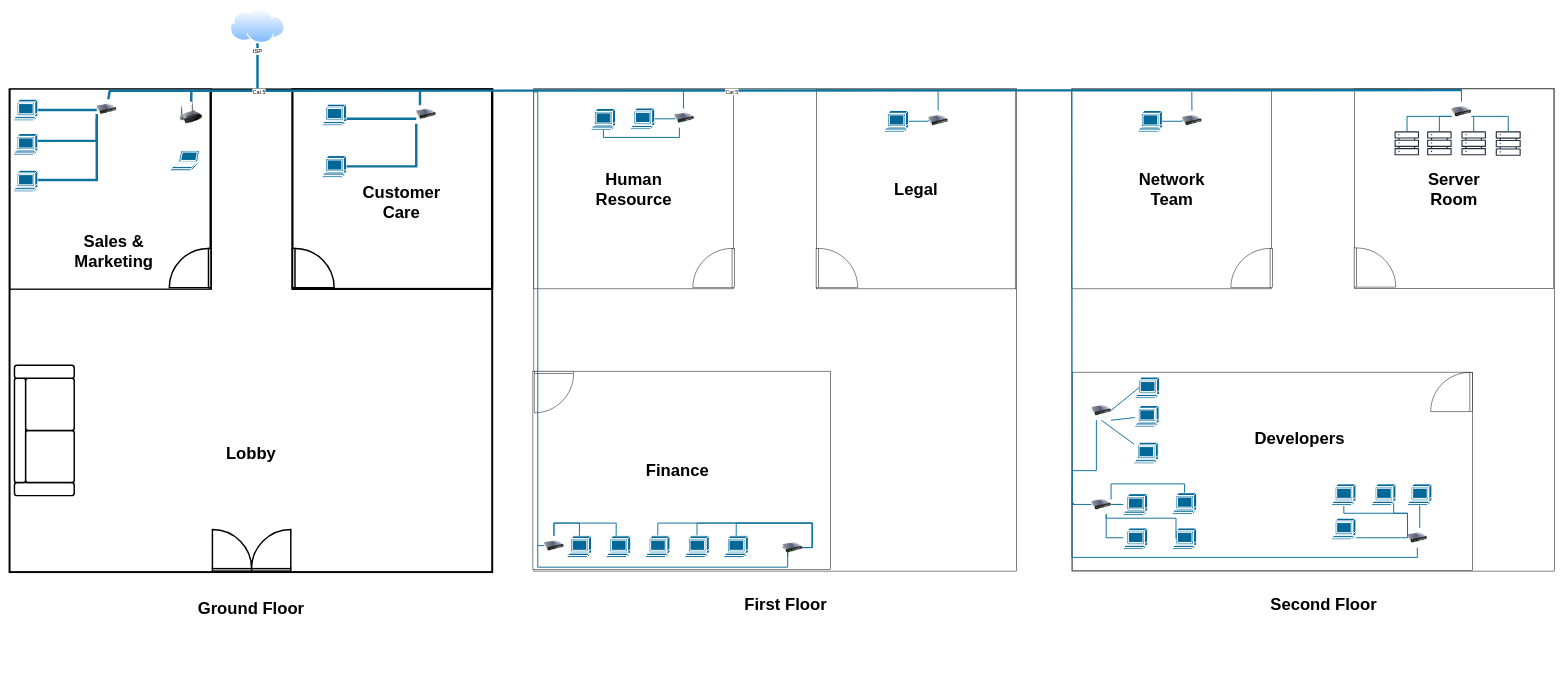
The draw.io diagram floorplan.drawio in mashihimasha/UPW_Diagrams, before the edit. Source tidied: cells renumbered, new cells numbered last; positions are measured from the earlier drawing's top-left corner, leaving out a move shared by most shapes. Both pictures are drawn from the tidied source at 49%, with x=0, y=0 at pixel (-21, 8).
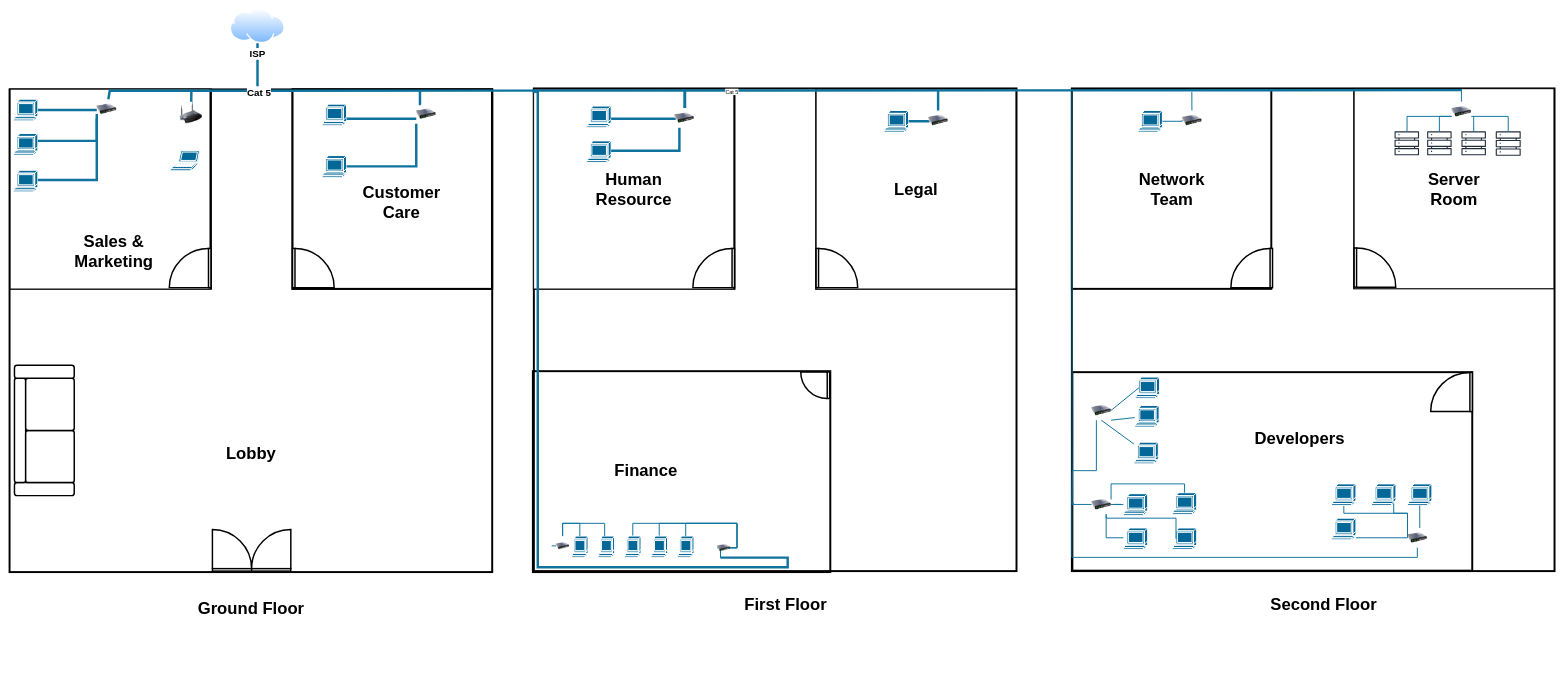
After the change.

Unchanged cells that the change refers to:
```xml
<mxCell id="35" style="whiteSpace=wrap;html=1;" parent="34" vertex="1">
  <mxGeometry x="0.5" width="407" height="407" as="geometry" />
</mxCell>
<mxCell id="38" style="shape=mxgraph.cisco.computers_and_peripherals.terminal;html=1;dashed=0;fillColor=#036897;strokeColor=#ffffff;strokeWidth=2;verticalLabelPosition=bottom;verticalAlign=top;align=center;outlineConnect=0;" parent="34" vertex="1">
  <mxGeometry x="139" y="43" width="49.7" height="44" as="geometry" />
</mxCell>
<mxCell id="41" style="image;html=1;image=img/lib/clip_art/networking/Switch_128x128.png;" parent="34" vertex="1">
  <mxGeometry x="229" y="43" width="40" height="40" as="geometry" />
</mxCell>
<mxCell id="43" style="whiteSpace=wrap;html=1;" parent="42" vertex="1">
  <mxGeometry width="407" height="407" as="geometry" />
</mxCell>
<mxCell id="51" style="image;html=1;image=img/lib/clip_art/networking/Switch_128x128.png;" parent="42" vertex="1">
  <mxGeometry x="287" y="38" width="40" height="40" as="geometry" />
</mxCell>
<mxCell id="85" style="group;" parent="1" vertex="1">
  <mxGeometry x="2230" y="165" width="409.5" height="407" as="geometry" />
</mxCell>
<mxCell id="119" style="endArrow=none;html=1;rounded=0;fillColor=#b1ddf0;strokeColor=#10739e;strokeWidth=5;exitX=0.501;exitY=0.007;exitDx=0;exitDy=0;exitPerimeter=0;entryX=0.536;entryY=0.006;entryDx=0;entryDy=0;entryPerimeter=0;" parent="1" edge="1" source="13" target="72">
  <mxGeometry relative="1" as="geometry" />
</mxCell>
```

The edit, as a diff of the source:
```diff
@@
-    <mxCell id="32" style="whiteSpace=wrap;html=1;" parent="1" vertex="1">
+    <mxCell id="32" style="whiteSpace=wrap;html=1;strokeWidth=4;" parent="1" vertex="1">
       <mxGeometry x="1132" y="163" width="985" height="985" as="geometry" />
     </mxCell>
@@
-    <mxCell id="34" style="group;" parent="1" vertex="1">
+    <mxCell id="34" style="group;strokeColor=default;strokeWidth=4;" parent="1" vertex="1">
       <mxGeometry x="1708" y="165" width="407.5" height="407" as="geometry" />
     </mxCell>
@@
-    <mxCell id="36" style="verticalLabelPosition=bottom;html=1;verticalAlign=top;align=center;shape=mxgraph.floorplan.doorLeft;rotation=-90;" parent="34" vertex="1">
+    <mxCell id="36" style="verticalLabelPosition=bottom;html=1;verticalAlign=top;align=center;shape=mxgraph.floorplan.doorLeft;rotation=-90;strokeWidth=3;" parent="34" vertex="1">
       <mxGeometry x="2.5" y="322" width="80" height="85" as="geometry" />
     </mxCell>
@@
-    <mxCell id="39" style="edgeStyle=orthogonalEdgeStyle;rounded=0;jettySize=auto;html=1;exitX=0.5;exitY=0;exitDx=0;exitDy=0;endArrow=none;endFill=0;strokeWidth=2;fillColor=#b1ddf0;strokeColor=#10739e;" parent="34" edge="1" source="41" target="35">
+    <mxCell id="39" style="edgeStyle=orthogonalEdgeStyle;rounded=0;jettySize=auto;html=1;exitX=0.5;exitY=0;exitDx=0;exitDy=0;endArrow=none;endFill=0;strokeWidth=5;fillColor=#b1ddf0;strokeColor=#10739e;" parent="34" edge="1" source="41" target="35">
       <mxGeometry relative="1" as="geometry">
         <Array as="points">
           <mxPoint x="242" y="15" />
           <mxPoint x="242" y="15" />
         </Array>
       </mxGeometry>
     </mxCell>
-    <mxCell id="40" style="edgeStyle=orthogonalEdgeStyle;rounded=0;jettySize=auto;html=1;exitX=0;exitY=0.5;exitDx=0;exitDy=0;endArrow=none;endFill=0;strokeWidth=2;fillColor=#b1ddf0;strokeColor=#10739e;" parent="34" edge="1" source="41" target="38">
+    <mxCell id="40" style="edgeStyle=orthogonalEdgeStyle;rounded=0;jettySize=auto;html=1;exitX=0;exitY=0.5;exitDx=0;exitDy=0;endArrow=none;endFill=0;strokeWidth=5;fillColor=#b1ddf0;strokeColor=#10739e;" parent="34" edge="1" source="41" target="38">
       <mxGeometry relative="1" as="geometry">
         <Array as="points">
           <mxPoint x="229" y="65" />
         </Array>
       </mxGeometry>
     </mxCell>
@@
-    <mxCell id="42" style="group;" parent="1" vertex="1">
+    <mxCell id="42" style="group;strokeColor=default;strokeWidth=4;" parent="1" vertex="1">
       <mxGeometry x="1132" y="165" width="409.5" height="407" as="geometry" />
     </mxCell>
@@
-    <mxCell id="44" style="verticalLabelPosition=bottom;html=1;verticalAlign=top;align=center;shape=mxgraph.floorplan.doorRight;rotation=90;" parent="42" vertex="1">
+    <mxCell id="44" style="verticalLabelPosition=bottom;html=1;verticalAlign=top;align=center;shape=mxgraph.floorplan.doorRight;rotation=90;strokeWidth=3;" parent="42" vertex="1">
       <mxGeometry x="327" y="322" width="80" height="85" as="geometry" />
     </mxCell>
@@
     <mxCell id="46" style="shape=mxgraph.cisco.computers_and_peripherals.terminal;html=1;dashed=0;fillColor=#036897;strokeColor=#ffffff;strokeWidth=2;verticalLabelPosition=bottom;verticalAlign=top;align=center;outlineConnect=0;" parent="42" vertex="1">
-      <mxGeometry x="117" y="39" width="49.7" height="44" as="geometry" />
+      <mxGeometry x="108" y="105" width="49.7" height="44" as="geometry" />
     </mxCell>
     <mxCell id="47" style="shape=mxgraph.cisco.computers_and_peripherals.terminal;html=1;dashed=0;fillColor=#036897;strokeColor=#ffffff;strokeWidth=2;verticalLabelPosition=bottom;verticalAlign=top;align=center;outlineConnect=0;" parent="42" vertex="1">
-      <mxGeometry x="197" y="38" width="49.7" height="44" as="geometry" />
+      <mxGeometry x="108" y="34" width="49.7" height="44" as="geometry" />
     </mxCell>
-    <mxCell id="48" style="edgeStyle=orthogonalEdgeStyle;rounded=0;jettySize=auto;html=1;exitX=0.5;exitY=0;exitDx=0;exitDy=0;entryX=0.75;entryY=0;entryDx=0;entryDy=0;endArrow=none;endFill=0;strokeWidth=2;fillColor=#b1ddf0;strokeColor=#10739e;" parent="42" edge="1" source="51" target="43">
-      <mxGeometry relative="1" as="geometry" />
+    <mxCell id="48" style="edgeStyle=orthogonalEdgeStyle;rounded=0;jettySize=auto;html=1;endArrow=none;endFill=0;strokeWidth=6;fillColor=#b1ddf0;strokeColor=#10739e;" parent="42" edge="1" source="51">
+      <mxGeometry relative="1" as="geometry">
+        <mxPoint x="308" y="5" as="targetPoint" />
+        <Array as="points">
+          <mxPoint x="308" />
+        </Array>
+      </mxGeometry>
     </mxCell>
-    <mxCell id="49" style="edgeStyle=orthogonalEdgeStyle;rounded=0;jettySize=auto;html=1;exitX=0;exitY=0.5;exitDx=0;exitDy=0;endArrow=none;endFill=0;strokeWidth=2;fillColor=#b1ddf0;strokeColor=#10739e;" parent="42" edge="1" source="51" target="47">
+    <mxCell id="49" style="edgeStyle=orthogonalEdgeStyle;rounded=0;jettySize=auto;html=1;exitX=0;exitY=0.5;exitDx=0;exitDy=0;endArrow=none;endFill=0;strokeWidth=5;fillColor=#b1ddf0;strokeColor=#10739e;" parent="42" edge="1" source="51" target="47">
       <mxGeometry relative="1" as="geometry">
         <Array as="points">
           <mxPoint x="287" y="60" />
         </Array>
       </mxGeometry>
     </mxCell>
-    <mxCell id="50" style="edgeStyle=orthogonalEdgeStyle;rounded=0;jettySize=auto;html=1;exitX=0.25;exitY=1;exitDx=0;exitDy=0;endArrow=none;endFill=0;strokeWidth=2;fillColor=#b1ddf0;strokeColor=#10739e;" parent="42" edge="1" source="51" target="46">
+    <mxCell id="50" style="edgeStyle=orthogonalEdgeStyle;rounded=0;jettySize=auto;html=1;exitX=0.25;exitY=1;exitDx=0;exitDy=0;endArrow=none;endFill=0;strokeWidth=5;fillColor=#b1ddf0;strokeColor=#10739e;" parent="42" edge="1" source="51" target="46">
       <mxGeometry relative="1" as="geometry">
         <Array as="points">
-          <mxPoint x="297" y="98" />
-          <mxPoint x="142" y="98" />
+          <mxPoint x="297" y="125" />
         </Array>
       </mxGeometry>
     </mxCell>
@@
-    <mxCell id="52" style="group;rotation=90;" parent="1" vertex="1">
-      <mxGeometry x="1130" y="740" width="607" height="607" as="geometry" />
+    <mxCell id="52" style="group;rotation=90;strokeWidth=4;strokeColor=default;" parent="1" vertex="1">
+      <mxGeometry x="1228.5" y="641.5" width="410" height="607" as="geometry" />
     </mxCell>
-    <mxCell id="53" style="whiteSpace=wrap;html=1;rotation=90;" parent="52" vertex="1">
-      <mxGeometry x="101" y="-100.9" width="405.1" height="607" as="geometry" />
-    </mxCell>
-    <mxCell id="54" style="verticalLabelPosition=bottom;html=1;verticalAlign=top;align=center;shape=mxgraph.floorplan.doorLeft;rotation=0;" parent="52" vertex="1">
-      <mxGeometry x="3" width="80" height="85" as="geometry" />
+    <mxCell id="54" style="verticalLabelPosition=bottom;html=1;verticalAlign=top;align=center;shape=mxgraph.floorplan.doorLeft;rotation=90;strokeWidth=3;" parent="52" vertex="1">
+      <mxGeometry x="451.5" y="98.5" width="54" height="57.4" as="geometry" />
     </mxCell>
     <mxCell id="55" value="&lt;font style=&quot;font-size: 34px;&quot;&gt;&lt;b&gt;Finance&lt;/b&gt;&lt;/font&gt;" style="text;html=1;align=center;verticalAlign=middle;whiteSpace=wrap;rounded=0;" parent="52" vertex="1">
-      <mxGeometry x="230" y="187.6" width="130" height="30" as="geometry" />
+      <mxGeometry x="88.5" y="286.6" width="87.8" height="30" as="geometry" />
     </mxCell>
     <mxCell id="56" style="shape=mxgraph.cisco.computers_and_peripherals.terminal;html=1;dashed=0;fillColor=#036897;strokeColor=#ffffff;strokeWidth=2;verticalLabelPosition=bottom;verticalAlign=top;align=center;outlineConnect=0;" parent="52" vertex="1">
-      <mxGeometry x="390" y="336" width="49.7" height="44" as="geometry" />
+      <mxGeometry x="196.6" y="435" width="33.6" height="44" as="geometry" />
     </mxCell>
     <mxCell id="57" style="edgeStyle=orthogonalEdgeStyle;rounded=0;jettySize=auto;html=1;exitX=0.25;exitY=1;exitDx=0;exitDy=0;fillColor=#b1ddf0;strokeColor=#10739e;strokeWidth=2;endArrow=none;endFill=0;" parent="52" edge="1" source="60" target="56">
       <mxGeometry relative="1" as="geometry">
         <Array as="points">
-          <mxPoint x="520" y="360" />
-          <mxPoint x="570" y="360" />
-          <mxPoint x="570" y="310" />
-          <mxPoint x="415" y="310" />
+          <mxPoint x="284.4" y="459" />
+          <mxPoint x="318.1" y="459" />
+          <mxPoint x="318.1" y="409" />
+          <mxPoint x="213.4" y="409" />
         </Array>
       </mxGeometry>
     </mxCell>
     <mxCell id="58" style="edgeStyle=orthogonalEdgeStyle;rounded=0;jettySize=auto;html=1;fillColor=#b1ddf0;strokeColor=#10739e;strokeWidth=2;endArrow=none;endFill=0;" parent="52" edge="1" target="64">
       <mxGeometry relative="1" as="geometry">
-        <mxPoint x="520" y="380" as="sourcePoint" />
+        <mxPoint x="284.4" y="479" as="sourcePoint" />
         <Array as="points">
-          <mxPoint x="520" y="360" />
-          <mxPoint x="570" y="360" />
-          <mxPoint x="570" y="310" />
-          <mxPoint x="335" y="310" />
+          <mxPoint x="284.4" y="459" />
+          <mxPoint x="318.1" y="459" />
+          <mxPoint x="318.1" y="409" />
+          <mxPoint x="159.4" y="409" />
         </Array>
       </mxGeometry>
     </mxCell>
     <mxCell id="59" style="edgeStyle=orthogonalEdgeStyle;rounded=0;jettySize=auto;html=1;exitX=0;exitY=0.5;exitDx=0;exitDy=0;fillColor=#b1ddf0;strokeColor=#10739e;strokeWidth=2;endArrow=none;endFill=0;" parent="52" edge="1" source="60" target="63">
       <mxGeometry relative="1" as="geometry">
         <Array as="points">
-          <mxPoint x="570" y="360" />
-          <mxPoint x="570" y="310" />
-          <mxPoint x="255" y="310" />
+          <mxPoint x="318.1" y="459" />
+          <mxPoint x="318.1" y="409" />
+          <mxPoint x="105.4" y="409" />
         </Array>
       </mxGeometry>
     </mxCell>
     <mxCell id="60" style="image;html=1;image=img/lib/clip_art/networking/Switch_128x128.png;" parent="52" vertex="1">
-      <mxGeometry x="510" y="340" width="40" height="40" as="geometry" />
+      <mxGeometry x="277.6" y="439" width="27" height="40" as="geometry" />
     </mxCell>
     <mxCell id="61" style="shape=mxgraph.cisco.computers_and_peripherals.terminal;html=1;dashed=0;fillColor=#036897;strokeColor=#ffffff;strokeWidth=2;verticalLabelPosition=bottom;verticalAlign=top;align=center;outlineConnect=0;" parent="52" vertex="1">
-      <mxGeometry x="70" y="336" width="49.7" height="44" as="geometry" />
+      <mxGeometry x="-19.6" y="435" width="33.6" height="44" as="geometry" />
     </mxCell>
     <mxCell id="62" style="shape=mxgraph.cisco.computers_and_peripherals.terminal;html=1;dashed=0;fillColor=#036897;strokeColor=#ffffff;strokeWidth=2;verticalLabelPosition=bottom;verticalAlign=top;align=center;outlineConnect=0;" parent="52" vertex="1">
-      <mxGeometry x="150" y="336" width="49.7" height="44" as="geometry" />
+      <mxGeometry x="34.4" y="435" width="33.6" height="44" as="geometry" />
     </mxCell>
     <mxCell id="63" style="shape=mxgraph.cisco.computers_and_peripherals.terminal;html=1;dashed=0;fillColor=#036897;strokeColor=#ffffff;strokeWidth=2;verticalLabelPosition=bottom;verticalAlign=top;align=center;outlineConnect=0;" parent="52" vertex="1">
-      <mxGeometry x="230" y="336" width="49.7" height="44" as="geometry" />
+      <mxGeometry x="88.5" y="435" width="33.6" height="44" as="geometry" />
     </mxCell>
     <mxCell id="64" style="shape=mxgraph.cisco.computers_and_peripherals.terminal;html=1;dashed=0;fillColor=#036897;strokeColor=#ffffff;strokeWidth=2;verticalLabelPosition=bottom;verticalAlign=top;align=center;outlineConnect=0;" parent="52" vertex="1">
-      <mxGeometry x="310.3" y="336" width="49.7" height="44" as="geometry" />
+      <mxGeometry x="142.7" y="435" width="33.6" height="44" as="geometry" />
     </mxCell>
     <mxCell id="65" style="edgeStyle=orthogonalEdgeStyle;rounded=0;jettySize=auto;html=1;exitX=0.5;exitY=0;exitDx=0;exitDy=0;endArrow=none;endFill=0;strokeWidth=2;fillColor=#b1ddf0;strokeColor=#10739e;" parent="52" edge="1" source="68" target="61">
       <mxGeometry relative="1" as="geometry">
         <Array as="points">
-          <mxPoint x="43" y="310" />
-          <mxPoint x="95" y="310" />
+          <mxPoint x="-37.8" y="409" />
+          <mxPoint x="-2.7" y="409" />
         </Array>
       </mxGeometry>
     </mxCell>
     <mxCell id="66" style="edgeStyle=orthogonalEdgeStyle;rounded=0;jettySize=auto;html=1;exitX=0.5;exitY=0;exitDx=0;exitDy=0;endArrow=none;endFill=0;strokeWidth=2;fillColor=#b1ddf0;strokeColor=#10739e;" parent="52" edge="1" source="68" target="62">
       <mxGeometry relative="1" as="geometry">
         <Array as="points">
-          <mxPoint x="43" y="310" />
-          <mxPoint x="170" y="310" />
+          <mxPoint x="-37.8" y="409" />
+          <mxPoint x="48" y="409" />
         </Array>
       </mxGeometry>
     </mxCell>
     <mxCell id="67" style="edgeStyle=orthogonalEdgeStyle;rounded=0;jettySize=auto;html=1;exitX=0;exitY=0.5;exitDx=0;exitDy=0;strokeWidth=2;fillColor=#b1ddf0;strokeColor=#10739e;endArrow=none;endFill=0;" parent="52" edge="1" source="68">
       <mxGeometry relative="1" as="geometry">
-        <mxPoint x="10" y="356" as="targetPoint" />
+        <mxPoint x="-60.1" y="455" as="targetPoint" />
       </mxGeometry>
     </mxCell>
     <mxCell id="68" style="image;html=1;image=img/lib/clip_art/networking/Switch_128x128.png;" parent="52" vertex="1">
-      <mxGeometry x="23" y="336" width="40" height="40" as="geometry" />
+      <mxGeometry x="-51.3" y="435" width="27" height="40" as="geometry" />
     </mxCell>
-    <mxCell id="69" style="whiteSpace=wrap;html=1;" parent="1" vertex="1">
+    <mxCell id="69" style="whiteSpace=wrap;html=1;strokeWidth=4;" parent="1" vertex="1">
       <mxGeometry x="2230" y="163" width="985" height="985" as="geometry" />
     </mxCell>
@@
-    <mxCell id="71" style="group;" parent="1" vertex="1">
+    <mxCell id="71" style="group;strokeColor=default;strokeWidth=4;" parent="1" vertex="1">
       <mxGeometry x="2806" y="164" width="407.5" height="407" as="geometry" />
     </mxCell>
@@
-    <mxCell id="73" style="verticalLabelPosition=bottom;html=1;verticalAlign=top;align=center;shape=mxgraph.floorplan.doorLeft;rotation=-90;" parent="71" vertex="1">
+    <mxCell id="73" style="verticalLabelPosition=bottom;html=1;verticalAlign=top;align=center;shape=mxgraph.floorplan.doorLeft;rotation=-90;strokeWidth=3;" parent="71" vertex="1">
       <mxGeometry x="2.5" y="322" width="80" height="85" as="geometry" />
     </mxCell>
@@
-    <mxCell id="86" style="whiteSpace=wrap;html=1;" parent="85" vertex="1">
+    <mxCell id="86" style="whiteSpace=wrap;html=1;strokeWidth=4;" parent="85" vertex="1">
       <mxGeometry width="407" height="407" as="geometry" />
     </mxCell>
-    <mxCell id="87" style="verticalLabelPosition=bottom;html=1;verticalAlign=top;align=center;shape=mxgraph.floorplan.doorRight;rotation=90;" parent="85" vertex="1">
+    <mxCell id="87" style="verticalLabelPosition=bottom;html=1;verticalAlign=top;align=center;shape=mxgraph.floorplan.doorRight;rotation=90;strokeWidth=3;" parent="85" vertex="1">
       <mxGeometry x="327" y="322" width="80" height="85" as="geometry" />
     </mxCell>
@@
-    <mxCell id="93" style="whiteSpace=wrap;html=1;rotation=90;" parent="1" vertex="1">
+    <mxCell id="93" style="whiteSpace=wrap;html=1;rotation=90;strokeWidth=4;" parent="1" vertex="1">
       <mxGeometry x="2436.5" y="536.5" width="405.1" height="816.1" as="geometry" />
     </mxCell>
@@
-    <mxCell id="121" value="Cat 5" style="edgeLabel;html=1;align=center;verticalAlign=middle;" parent="119" vertex="1">
+    <mxCell id="121" value="Cat 5" style="edgeLabel;html=1;align=center;verticalAlign=middle;fontStyle=1;fontSize=20;" parent="119" vertex="1">
       <mxGeometry x="-0.78" y="-2" relative="1" as="geometry" />
     </mxCell>
-    <mxCell id="122" style="edgeStyle=orthogonalEdgeStyle;rounded=0;jettySize=auto;html=1;exitX=0.25;exitY=1;exitDx=0;exitDy=0;entryX=0;entryY=0;entryDx=0;entryDy=0;endArrow=none;endFill=0;strokeWidth=2;fillColor=#b1ddf0;strokeColor=#10739e;" parent="1" edge="1" source="60" target="43">
+    <mxCell id="122" style="edgeStyle=orthogonalEdgeStyle;rounded=0;jettySize=auto;html=1;exitX=0.25;exitY=1;exitDx=0;exitDy=0;entryX=0;entryY=0;entryDx=0;entryDy=0;endArrow=none;endFill=0;strokeWidth=5;fillColor=#b1ddf0;strokeColor=#10739e;" parent="1" edge="1" source="60" target="43">
       <mxGeometry relative="1" as="geometry">
         <Array as="points">
           <mxPoint x="1650" y="1140" />
           <mxPoint x="1140" y="1140" />
           <mxPoint x="1140" y="170" />
           <mxPoint x="1132" y="170" />
         </Array>
       </mxGeometry>
     </mxCell>
@@
-    <mxCell id="124" style="verticalLabelPosition=bottom;html=1;verticalAlign=top;align=center;shape=mxgraph.floorplan.doorRight;rotation=90;" parent="1" vertex="1">
+    <mxCell id="124" style="verticalLabelPosition=bottom;html=1;verticalAlign=top;align=center;shape=mxgraph.floorplan.doorRight;rotation=90;strokeWidth=3;" parent="1" vertex="1">
       <mxGeometry x="2964.8" y="740" width="80" height="85" as="geometry" />
     </mxCell>
@@
-    <mxCell id="129" value="ISP" style="image;perimeter=ellipsePerimeter;html=1;align=center;shadow=0;dashed=0;spacingTop=3;image=img/lib/active_directory/internet_cloud.svg;" parent="1" vertex="1">
+    <mxCell id="129" value="ISP" style="image;perimeter=ellipsePerimeter;html=1;align=center;shadow=0;dashed=0;spacingTop=3;image=img/lib/active_directory/internet_cloud.svg;fontStyle=1;fontSize=20;" parent="1" vertex="1">
       <mxGeometry x="512" width="112" height="70.6" as="geometry" />
     </mxCell>
```
